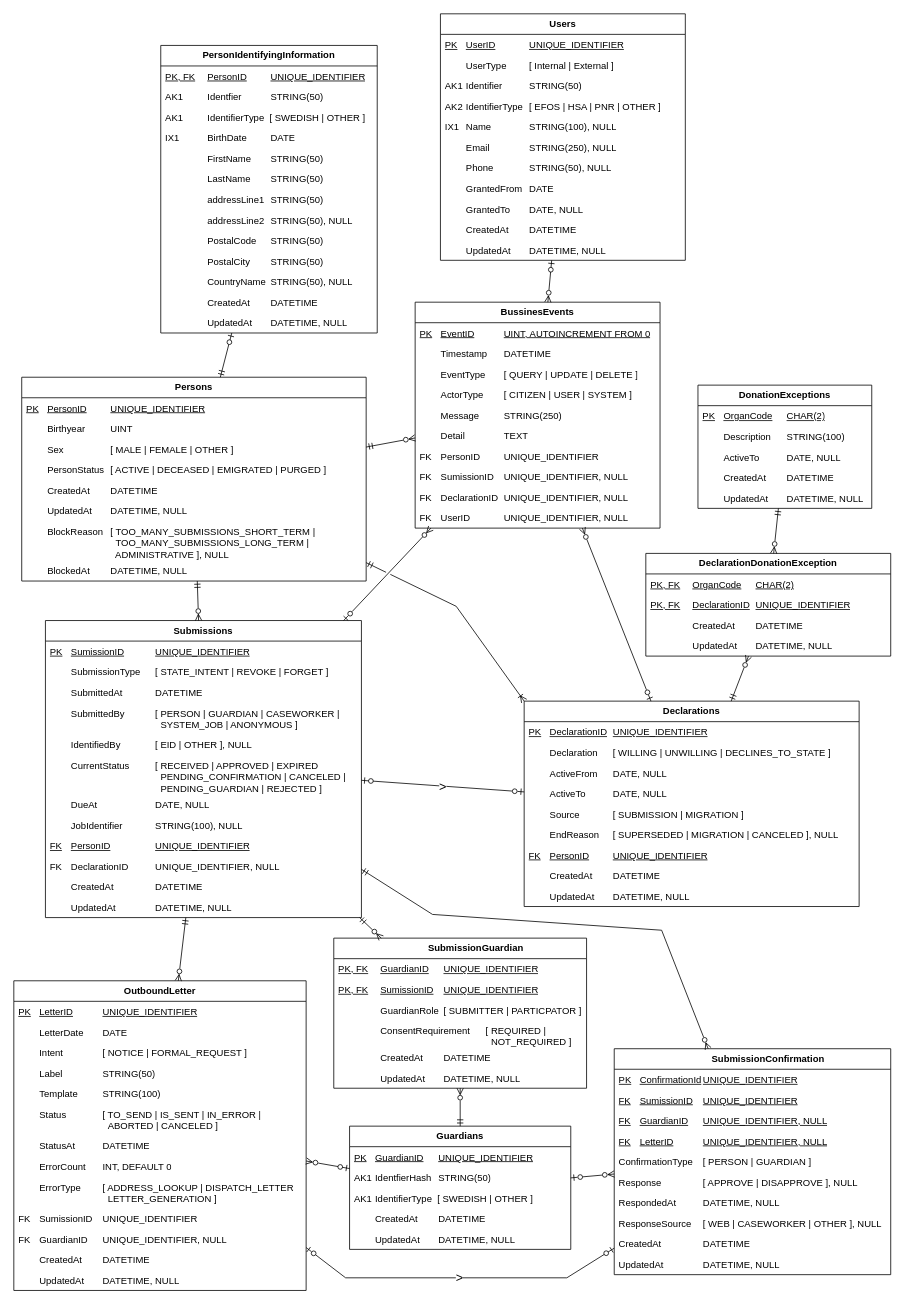
Earlier version of the draw.io diagram page "Stående Logisk modell" (8 of 9) of Donationsregister.drawio (bhagqvist-consid/ICD11). Source tidied: cells renumbered, new cells numbered last; positions are measured from the earlier drawing's top-left corner, leaving out a move shared by most shapes. Both pictures are drawn from the tidied source at 79%, with x=0, y=0 at pixel (13, 13).
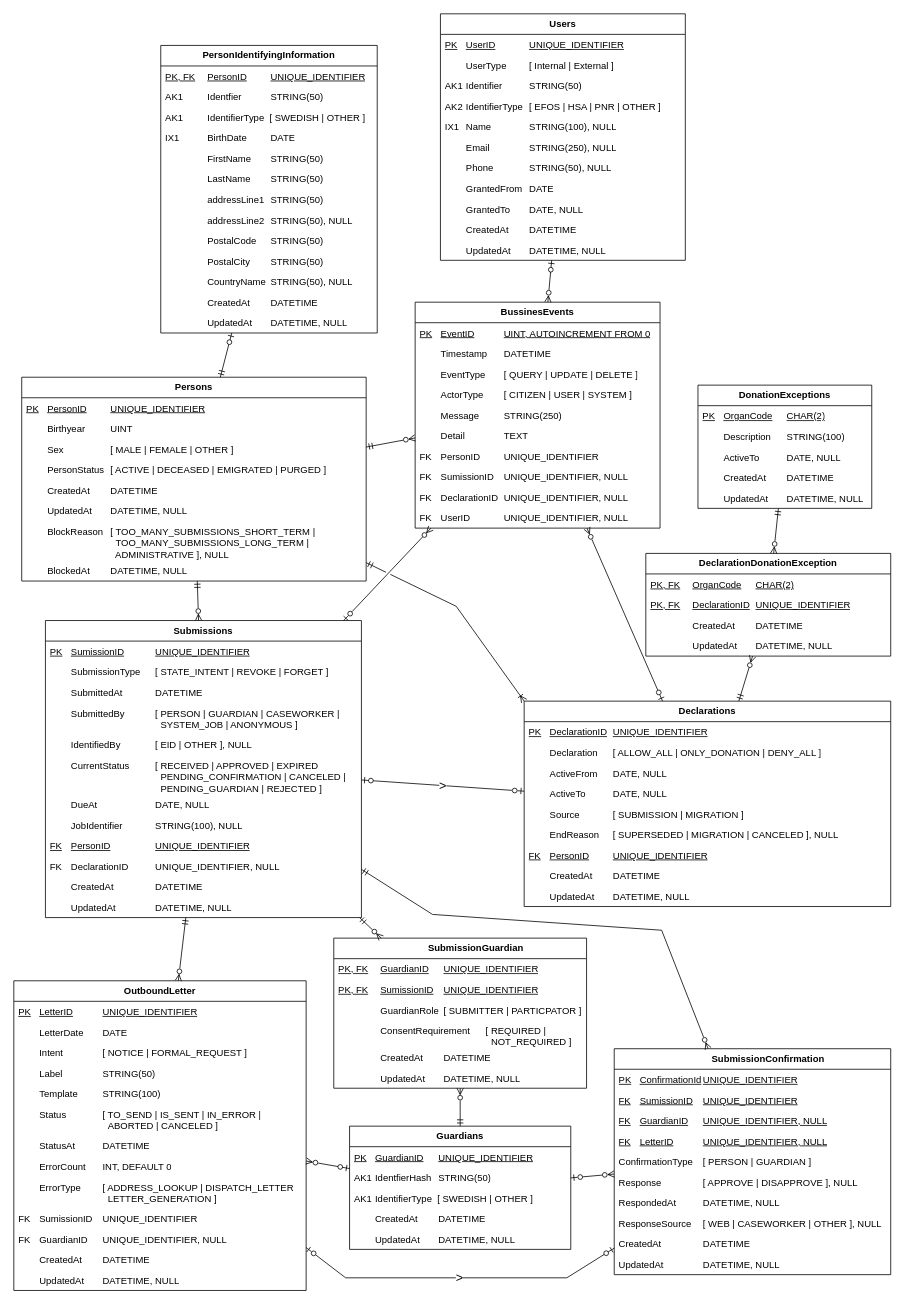
Above is the later version.

Diff of the diagram source:
```diff
@@
     <mxCell id="24" value="Declarations" style="swimlane;fontStyle=1;horizontal=1;startSize=26;fillColor=none;whiteSpace=wrap;html=1;" parent="1" vertex="1">
-      <mxGeometry x="646" y="870" width="424" height="260" as="geometry" />
+      <mxGeometry x="646" y="870" width="464" height="260" as="geometry" />
     </mxCell>
     <mxCell id="25" value="PK&lt;span style=&quot;white-space: pre;&quot;&gt;&#9;&lt;/span&gt;DeclarationID&lt;span style=&quot;white-space: pre;&quot;&gt;&#9;&lt;/span&gt;UNIQUE_IDENTIFIER" style="text;strokeColor=none;fillColor=none;align=left;verticalAlign=top;spacingLeft=4;spacingRight=4;overflow=hidden;whiteSpace=wrap;html=1;fontStyle=4;" parent="24" vertex="1">
-      <mxGeometry y="26" width="424" height="26" as="geometry" />
+      <mxGeometry y="26" width="464" height="26" as="geometry" />
     </mxCell>
-    <mxCell id="26" value="&lt;span style=&quot;white-space: pre;&quot;&gt;&#9;&lt;/span&gt;Declaration&lt;span style=&quot;white-space: pre;&quot;&gt;&#9;&lt;/span&gt;[ WILLING | UNWILLING |&amp;nbsp;DECLINES_TO_STATE ]" style="text;strokeColor=none;fillColor=none;align=left;verticalAlign=top;spacingLeft=4;spacingRight=4;overflow=hidden;whiteSpace=wrap;html=1;" parent="24" vertex="1">
-      <mxGeometry y="52" width="424" height="26" as="geometry" />
+    <mxCell id="26" value="&lt;span style=&quot;white-space: pre;&quot;&gt;&#9;&lt;/span&gt;Declaration&lt;span style=&quot;white-space: pre;&quot;&gt;&#9;&lt;/span&gt;[ ALLOW_ALL | ONLY_DONATION |&amp;nbsp;DENY_ALL ]" style="text;strokeColor=none;fillColor=none;align=left;verticalAlign=top;spacingLeft=4;spacingRight=4;overflow=hidden;whiteSpace=wrap;html=1;" parent="24" vertex="1">
+      <mxGeometry y="52" width="464" height="26" as="geometry" />
     </mxCell>
     <mxCell id="27" value="&lt;span style=&quot;white-space: pre;&quot;&gt;&#9;&lt;/span&gt;ActiveFrom&lt;span style=&quot;white-space: pre;&quot;&gt;&#9;&lt;/span&gt;DATE, NULL" style="text;strokeColor=none;fillColor=none;align=left;verticalAlign=top;spacingLeft=4;spacingRight=4;overflow=hidden;whiteSpace=wrap;html=1;" parent="24" vertex="1">
-      <mxGeometry y="78" width="424" height="26" as="geometry" />
+      <mxGeometry y="78" width="464" height="26" as="geometry" />
     </mxCell>
     <mxCell id="28" value="&lt;span style=&quot;white-space: pre;&quot;&gt;&#9;&lt;/span&gt;ActiveTo&lt;span style=&quot;white-space: pre;&quot;&gt;&#9;&lt;/span&gt;&lt;span style=&quot;white-space: pre;&quot;&gt;&#9;&lt;/span&gt;DATE, NULL" style="text;strokeColor=none;fillColor=none;align=left;verticalAlign=top;spacingLeft=4;spacingRight=4;overflow=hidden;whiteSpace=wrap;html=1;" parent="24" vertex="1">
-      <mxGeometry y="104" width="424" height="26" as="geometry" />
+      <mxGeometry y="104" width="464" height="26" as="geometry" />
     </mxCell>
     <mxCell id="29" value="&lt;span style=&quot;white-space: pre;&quot;&gt;&#9;&lt;/span&gt;Source&lt;span style=&quot;white-space: pre;&quot;&gt;&#9;&lt;/span&gt;&lt;span style=&quot;white-space: pre;&quot;&gt;&#9;&lt;/span&gt;[ SUBMISSION | MIGRATION ]" style="text;strokeColor=none;fillColor=none;align=left;verticalAlign=top;spacingLeft=4;spacingRight=4;overflow=hidden;whiteSpace=wrap;html=1;" parent="24" vertex="1">
-      <mxGeometry y="130" width="424" height="26" as="geometry" />
+      <mxGeometry y="130" width="464" height="26" as="geometry" />
     </mxCell>
     <mxCell id="30" value="&lt;span style=&quot;white-space: pre;&quot;&gt;&#9;&lt;/span&gt;EndReason&lt;span style=&quot;white-space: pre;&quot;&gt;&#9;&lt;/span&gt;[ SUPERSEDED | MIGRATION | CANCELED ], NULL" style="text;strokeColor=none;fillColor=none;align=left;verticalAlign=top;spacingLeft=4;spacingRight=4;overflow=hidden;whiteSpace=wrap;html=1;" parent="24" vertex="1">
-      <mxGeometry y="156" width="424" height="26" as="geometry" />
+      <mxGeometry y="156" width="464" height="26" as="geometry" />
     </mxCell>
     <mxCell id="31" value="FK&lt;span style=&quot;white-space: pre;&quot;&gt;&#9;&lt;/span&gt;PersonID&lt;span style=&quot;white-space: pre;&quot;&gt;&#9;&lt;/span&gt;&lt;span style=&quot;white-space: pre;&quot;&gt;&#9;&lt;/span&gt;UNIQUE_IDENTIFIER" style="text;strokeColor=none;fillColor=none;align=left;verticalAlign=top;spacingLeft=4;spacingRight=4;overflow=hidden;whiteSpace=wrap;html=1;fontStyle=4;" parent="24" vertex="1">
-      <mxGeometry y="182" width="424" height="26" as="geometry" />
+      <mxGeometry y="182" width="464" height="26" as="geometry" />
     </mxCell>
     <mxCell id="32" value="&lt;span style=&quot;white-space: pre;&quot;&gt;&#9;&lt;/span&gt;CreatedAt&amp;nbsp; &lt;span style=&quot;white-space: pre;&quot;&gt;&#9;&lt;/span&gt;DATETIME" style="text;strokeColor=none;fillColor=none;align=left;verticalAlign=top;spacingLeft=4;spacingRight=4;overflow=hidden;whiteSpace=wrap;html=1;" parent="24" vertex="1">
-      <mxGeometry y="208" width="424" height="26" as="geometry" />
+      <mxGeometry y="208" width="464" height="26" as="geometry" />
     </mxCell>
     <mxCell id="33" value="&lt;span style=&quot;white-space: pre;&quot;&gt;&#9;&lt;/span&gt;UpdatedAt&amp;nbsp; &lt;span style=&quot;white-space: pre;&quot;&gt;&#9;&lt;/span&gt;DATETIME, NULL" style="text;strokeColor=none;fillColor=none;align=left;verticalAlign=top;spacingLeft=4;spacingRight=4;overflow=hidden;whiteSpace=wrap;html=1;" parent="24" vertex="1">
-      <mxGeometry y="234" width="424" height="26" as="geometry" />
+      <mxGeometry y="234" width="464" height="26" as="geometry" />
     </mxCell>
```
